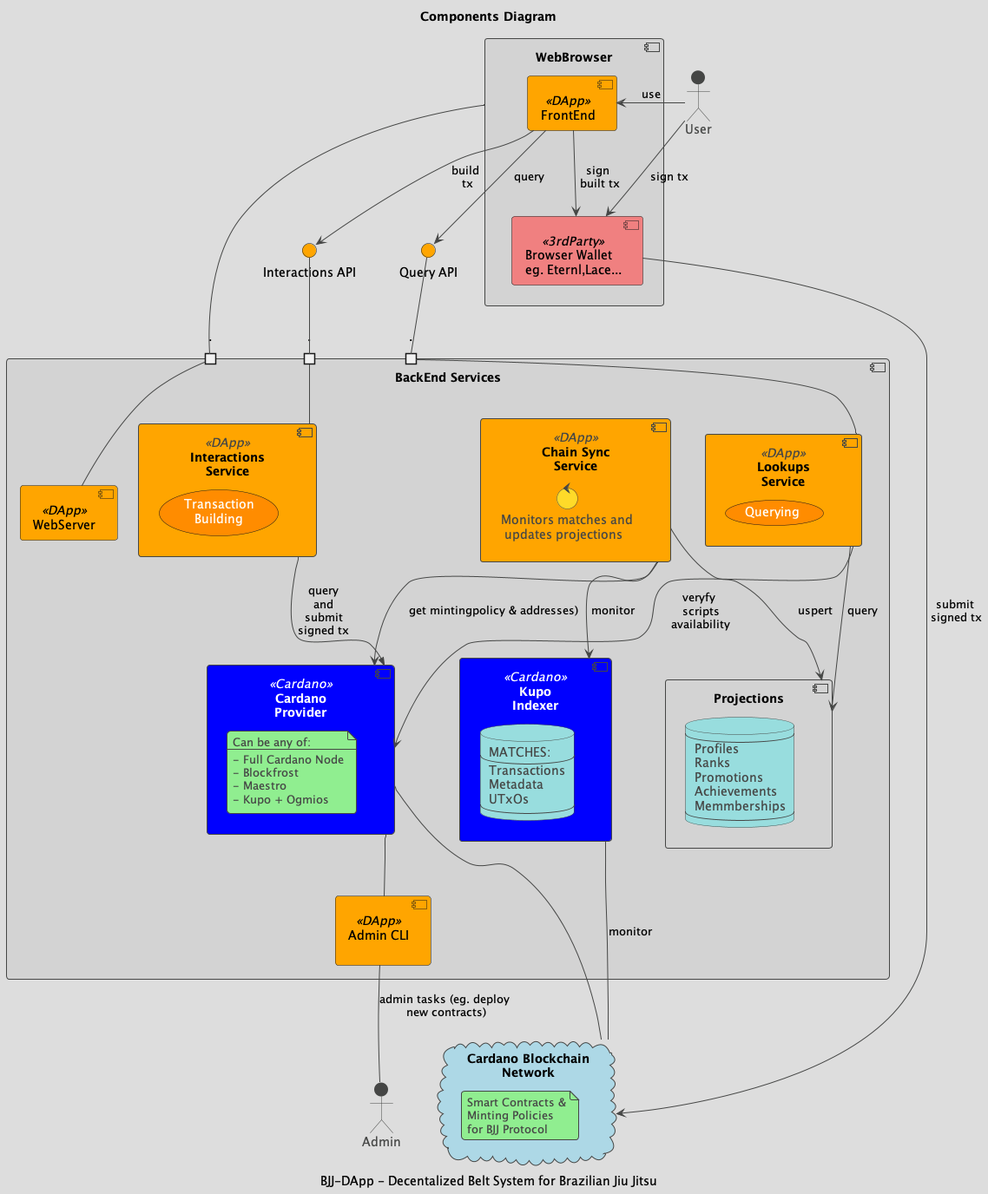
en7angled/Decentralized-Belt-System keeps this PlantUML diagram as out/puml/ComponentDiagram/ComponentDiagram.png. Above is the earlier version.
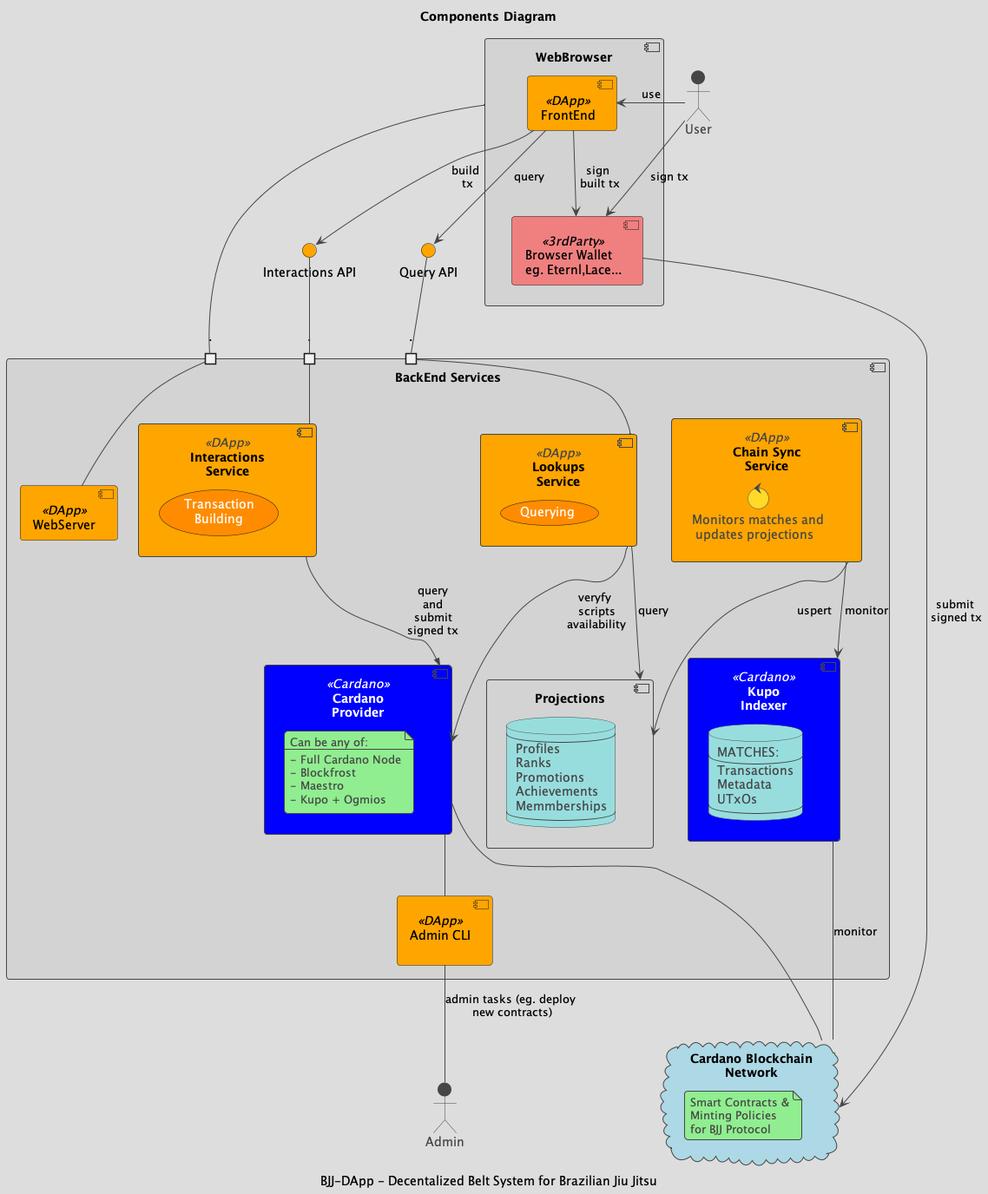
The same file after the commit.

The edit, as a diff of the source:
```diff
@@ -101,7 +101,6 @@
     Lookups --> CardanoProvider : veryfy\n scripts\n availability
 
     ChainSync --> Kupo : monitor
-    ChainSync --> CardanoProvider : get mintingpolicy & addresses)
     ChainSync --> Projections : uspert
     Lookups --> Projections : query
 
```
